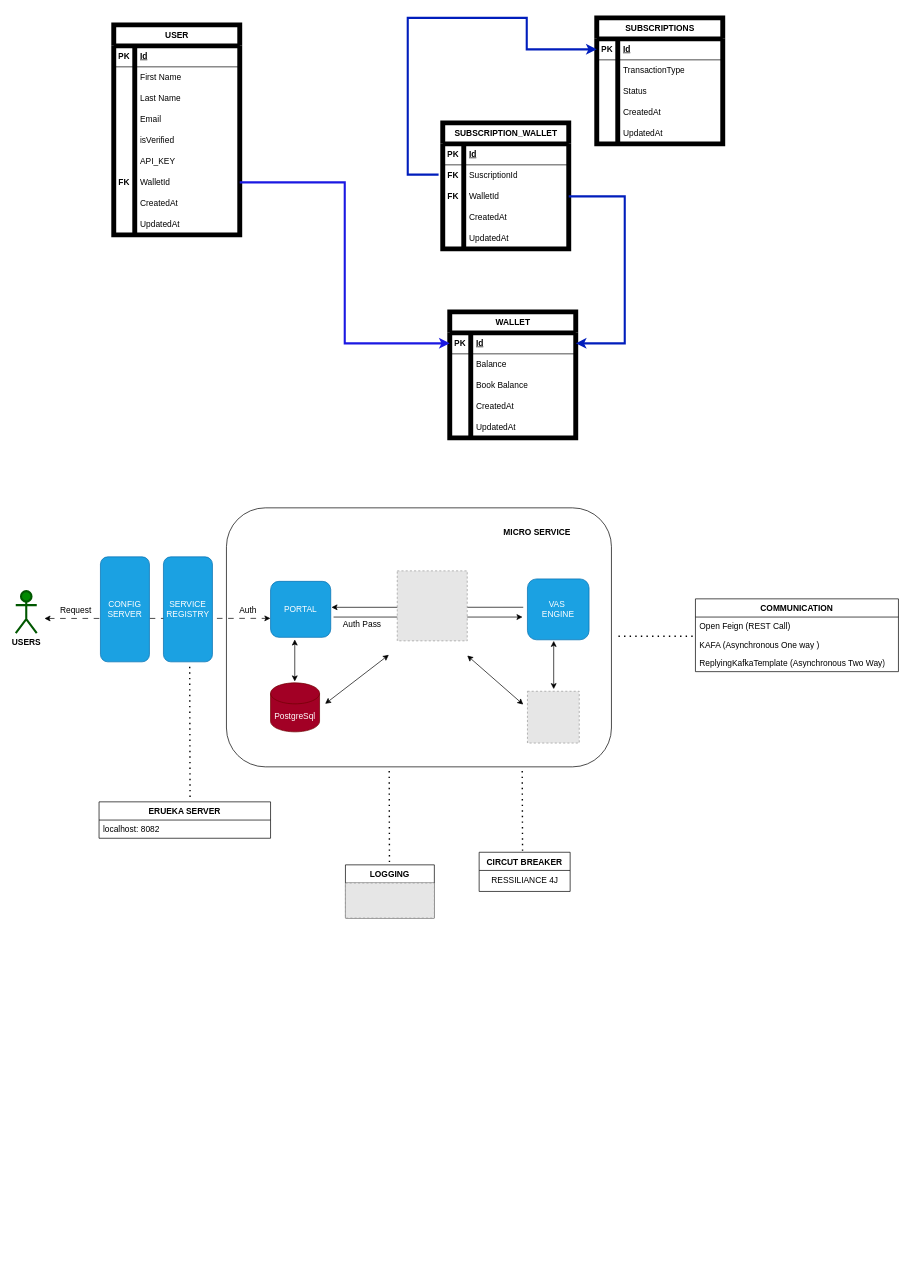
Earlier version of the draw.io diagram http/Untitled Diagram.drawio (ketdev-og/stackoverflow_test). Source tidied: cells renumbered, new cells numbered last; positions are measured from the earlier drawing's top-left corner, leaving out a move shared by most shapes. Both pictures are drawn from the tidied source at 70%, with x=0, y=0 at pixel (15, 18). Pictures stored in the file or linked from it are replaced by grey dashed boxes.
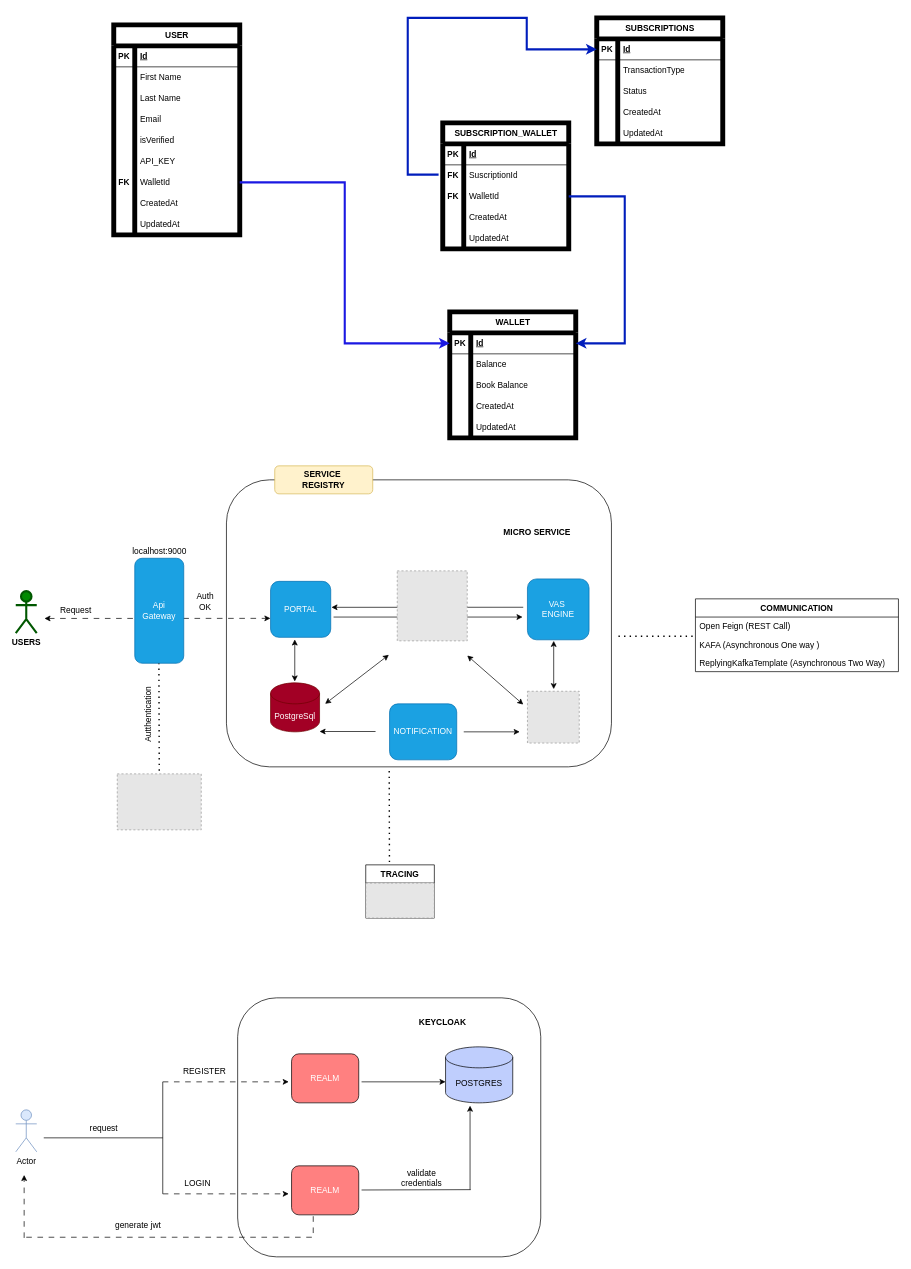
Above is the later version.

The edit, as a diff of the source:
```diff
@@
+    <mxCell id="115" style="rounded=1;whiteSpace=wrap;html=1;" parent="1" vertex="1">
+      <mxGeometry x="317" y="1400" width="433" height="370" as="geometry" />
+    </mxCell>
     <mxCell id="2" style="rounded=1;whiteSpace=wrap;html=1;fillColor=none;" parent="1" vertex="1">
-      <mxGeometry x="301" y="700" width="550" height="370" as="geometry" />
+      <mxGeometry x="301" y="660" width="550" height="410" as="geometry" />
     </mxCell>
@@
-    <mxCell id="102" value="Auth" style="text;html=1;strokeColor=none;fillColor=none;align=center;verticalAlign=middle;whiteSpace=wrap;rounded=0;" parent="1" vertex="1">
-      <mxGeometry x="302" y="831" width="60" height="30" as="geometry" />
+    <mxCell id="102" value="Auth&lt;br&gt;OK" style="text;html=1;strokeColor=none;fillColor=none;align=center;verticalAlign=middle;whiteSpace=wrap;rounded=0;" parent="1" vertex="1">
+      <mxGeometry x="241" y="819" width="60" height="30" as="geometry" />
     </mxCell>
-    <mxCell id="103" value="Auth Pass" style="text;html=1;strokeColor=none;fillColor=none;align=center;verticalAlign=middle;whiteSpace=wrap;rounded=0;" parent="1" vertex="1">
-      <mxGeometry x="465" y="851" width="60" height="30" as="geometry" />
-    </mxCell>
-    <mxCell id="104" value="CONFIG&lt;br&gt;SERVER" style="rounded=1;whiteSpace=wrap;html=1;fillColor=#1ba1e2;fontColor=#ffffff;strokeColor=#006EAF;" parent="1" vertex="1">
-      <mxGeometry x="121" y="770" width="70" height="150" as="geometry" />
-    </mxCell>
-    <mxCell id="105" value="SERVICE&lt;br&gt;REGISTRY" style="rounded=1;whiteSpace=wrap;html=1;fillColor=#1ba1e2;fontColor=#ffffff;strokeColor=#006EAF;" parent="1" vertex="1">
-      <mxGeometry x="211" y="770" width="70" height="150" as="geometry" />
+    <mxCell id="105" value="Api Gateway" style="rounded=1;whiteSpace=wrap;html=1;fillColor=#1ba1e2;fontColor=#ffffff;strokeColor=#006EAF;" parent="1" vertex="1">
+      <mxGeometry x="170" y="772" width="70" height="150" as="geometry" />
     </mxCell>
     <mxCell id="106" style="endArrow=none;dashed=1;html=1;dashPattern=1 3;strokeWidth=2;rounded=0;" parent="1" edge="1">
       <mxGeometry relative="1" as="geometry">
-        <mxPoint x="249" y="1113" as="sourcePoint" />
-        <mxPoint x="248.5" y="927" as="targetPoint" />
+        <mxPoint x="205" y="1075.5" as="sourcePoint" />
+        <mxPoint x="204.5" y="922.5" as="targetPoint" />
       </mxGeometry>
     </mxCell>
-    <mxCell id="107" value="ERUEKA SERVER" style="swimlane;fontStyle=1;align=center;verticalAlign=top;horizontal=1;startSize=26;whiteSpace=wrap;html=1;" parent="1" vertex="1">
-      <mxGeometry x="119" y="1120" width="245" height="52" as="geometry" />
-    </mxCell>
-    <mxCell id="108" value="localhost: 8082" style="text;strokeColor=none;fillColor=none;align=left;verticalAlign=top;spacingLeft=4;spacingRight=4;overflow=hidden;whiteSpace=wrap;html=1;" parent="107" vertex="1">
-      <mxGeometry y="26" width="245" height="26" as="geometry" />
-    </mxCell>
@@
-    <mxCell id="110" value="LOGGING" style="swimlane;fontStyle=1;align=center;verticalAlign=top;horizontal=1;startSize=26;whiteSpace=wrap;html=1;" parent="1" vertex="1">
-      <mxGeometry x="471" y="1210" width="127" height="76" as="geometry" />
+    <mxCell id="110" value="TRACING" style="swimlane;fontStyle=1;align=center;verticalAlign=top;horizontal=1;startSize=26;whiteSpace=wrap;html=1;" parent="1" vertex="1">
+      <mxGeometry x="500" y="1210" width="98" height="76" as="geometry" />
     </mxCell>
     <mxCell id="111" style="fillColor=#E6E6E6;strokeColor=#999999;dashed=1;verticalLabelPosition=bottom;labelBackgroundColor=default;verticalAlign=top;" parent="110" vertex="1">
-      <mxGeometry y="26" width="127" height="50" as="geometry" />
+      <mxGeometry y="26" width="98" height="50" as="geometry" />
     </mxCell>
-    <mxCell id="112" style="endArrow=none;dashed=1;html=1;dashPattern=1 3;strokeWidth=2;rounded=0;" parent="1" edge="1">
-      <mxGeometry relative="1" as="geometry">
-        <mxPoint x="724" y="1190" as="sourcePoint" />
-        <mxPoint x="723.5" y="1070" as="targetPoint" />
-      </mxGeometry>
-    </mxCell>
-    <mxCell id="113" value="CIRCUT BREAKER" style="swimlane;fontStyle=1;align=center;verticalAlign=top;horizontal=1;startSize=26;whiteSpace=wrap;html=1;" parent="1" vertex="1">
-      <mxGeometry x="662" y="1192" width="130" height="56" as="geometry" />
-    </mxCell>
-    <mxCell id="114" value="RESSILIANCE 4J" style="text;html=1;align=center;verticalAlign=middle;strokeColor=none;fillColor=none;" parent="113" vertex="1">
-      <mxGeometry y="26" width="130" height="30" as="geometry" />
-    </mxCell>
+    <mxCell id="116" value="NOTIFICATION" style="rounded=1;whiteSpace=wrap;html=1;fillColor=#1ba1e2;fontColor=#ffffff;strokeColor=#006EAF;" parent="1" vertex="1">
+      <mxGeometry x="534" y="980" width="96" height="80" as="geometry" />
+    </mxCell>
+    <mxCell id="117" value="localhost:9000" style="text;html=1;strokeColor=none;fillColor=none;align=center;verticalAlign=middle;whiteSpace=wrap;rounded=0;" parent="1" vertex="1">
+      <mxGeometry x="145" y="747" width="121" height="30" as="geometry" />
+    </mxCell>
+    <mxCell id="118" style="endArrow=classic;html=1;rounded=0;" parent="1" edge="1">
+      <mxGeometry relative="1" as="geometry">
+        <mxPoint x="640" y="1020" as="sourcePoint" />
+        <mxPoint x="720" y="1020" as="targetPoint" />
+      </mxGeometry>
+    </mxCell>
+    <mxCell id="119" style="endArrow=classic;html=1;rounded=0;" parent="1" edge="1">
+      <mxGeometry relative="1" as="geometry">
+        <mxPoint x="514" y="1019.5" as="sourcePoint" />
+        <mxPoint x="434" y="1019.5" as="targetPoint" />
+      </mxGeometry>
+    </mxCell>
+    <mxCell id="120" value="&lt;b&gt;SERVICE&amp;nbsp;&lt;br&gt;REGISTRY&lt;/b&gt;" style="rounded=1;whiteSpace=wrap;html=1;fillColor=#fff2cc;strokeColor=#d6b656;" parent="1" vertex="1">
+      <mxGeometry x="370" y="640" width="140" height="40" as="geometry" />
+    </mxCell>
+    <mxCell id="121" style="fillColor=#E6E6E6;strokeColor=#999999;dashed=1;verticalLabelPosition=bottom;labelBackgroundColor=default;verticalAlign=top;" parent="1" vertex="1">
+      <mxGeometry x="145" y="1080" width="120" height="80" as="geometry" />
+    </mxCell>
+    <mxCell id="122" value="Autthentication" style="text;html=1;strokeColor=none;fillColor=none;align=center;verticalAlign=middle;whiteSpace=wrap;rounded=0;rotation=-90;" parent="1" vertex="1">
+      <mxGeometry x="160" y="980" width="60" height="30" as="geometry" />
+    </mxCell>
+    <mxCell id="123" value="Actor" style="shape=umlActor;verticalLabelPosition=bottom;verticalAlign=top;html=1;fillColor=#dae8fc;strokeColor=#6c8ebf;" parent="1" vertex="1">
+      <mxGeometry y="1560" width="30" height="60" as="geometry" />
+    </mxCell>
+    <mxCell id="124" style="endArrow=none;html=1;rounded=0;" parent="1" edge="1">
+      <mxGeometry relative="1" as="geometry">
+        <mxPoint x="40" y="1600" as="sourcePoint" />
+        <mxPoint x="210" y="1600" as="targetPoint" />
+      </mxGeometry>
+    </mxCell>
+    <mxCell id="125" style="endArrow=none;html=1;rounded=0;" parent="1" edge="1">
+      <mxGeometry relative="1" as="geometry">
+        <mxPoint x="210" y="1680" as="sourcePoint" />
+        <mxPoint x="210" y="1520" as="targetPoint" />
+      </mxGeometry>
+    </mxCell>
+    <mxCell id="126" style="endArrow=classic;html=1;rounded=0;dashed=1;dashPattern=8 8;" parent="1" edge="1">
+      <mxGeometry relative="1" as="geometry">
+        <mxPoint x="210" y="1520" as="sourcePoint" />
+        <mxPoint x="390" y="1520" as="targetPoint" />
+      </mxGeometry>
+    </mxCell>
+    <mxCell id="127" style="endArrow=classic;html=1;rounded=0;dashed=1;dashPattern=8 8;" parent="1" edge="1">
+      <mxGeometry relative="1" as="geometry">
+        <mxPoint x="210" y="1680" as="sourcePoint" />
+        <mxPoint x="390" y="1680" as="targetPoint" />
+      </mxGeometry>
+    </mxCell>
+    <mxCell id="128" value="REGISTER" style="text;html=1;strokeColor=none;fillColor=none;align=center;verticalAlign=middle;whiteSpace=wrap;rounded=0;" parent="1" vertex="1">
+      <mxGeometry x="240" y="1490" width="60" height="30" as="geometry" />
+    </mxCell>
+    <mxCell id="129" value="request" style="text;html=1;strokeColor=none;fillColor=none;align=center;verticalAlign=middle;whiteSpace=wrap;rounded=0;" parent="1" vertex="1">
+      <mxGeometry x="96" y="1572" width="60" height="30" as="geometry" />
+    </mxCell>
+    <mxCell id="130" value="LOGIN" style="text;html=1;strokeColor=none;fillColor=none;align=center;verticalAlign=middle;whiteSpace=wrap;rounded=0;" parent="1" vertex="1">
+      <mxGeometry x="230" y="1650" width="60" height="30" as="geometry" />
+    </mxCell>
+    <mxCell id="131" value="&lt;font color=&quot;#ffffff&quot;&gt;REALM&lt;/font&gt;" style="rounded=1;whiteSpace=wrap;html=1;fillColor=#ff8080;" parent="1" vertex="1">
+      <mxGeometry x="394" y="1480" width="96" height="70" as="geometry" />
+    </mxCell>
+    <mxCell id="132" value="&lt;font color=&quot;#ffffff&quot;&gt;REALM&lt;/font&gt;" style="rounded=1;whiteSpace=wrap;html=1;fillColor=#ff8080;" parent="1" vertex="1">
+      <mxGeometry x="394" y="1640" width="96" height="70" as="geometry" />
+    </mxCell>
+    <mxCell id="133" value="POSTGRES" style="shape=cylinder3;whiteSpace=wrap;html=1;boundedLbl=1;backgroundOutline=1;size=15;fillColor=#bfcefd;" parent="1" vertex="1">
+      <mxGeometry x="614" y="1470" width="96" height="80" as="geometry" />
+    </mxCell>
+    <mxCell id="134" style="endArrow=classic;html=1;rounded=0;" parent="1" edge="1">
+      <mxGeometry relative="1" as="geometry">
+        <mxPoint x="494" y="1520" as="sourcePoint" />
+        <mxPoint x="614" y="1520" as="targetPoint" />
+      </mxGeometry>
+    </mxCell>
+    <mxCell id="135" style="endArrow=none;html=1;rounded=0;" parent="1" edge="1">
+      <mxGeometry relative="1" as="geometry">
+        <mxPoint x="494" y="1674.5" as="sourcePoint" />
+        <mxPoint x="650" y="1674" as="targetPoint" />
+      </mxGeometry>
+    </mxCell>
+    <mxCell id="136" style="endArrow=classic;html=1;rounded=0;" parent="1" edge="1">
+      <mxGeometry relative="1" as="geometry">
+        <mxPoint x="649" y="1674" as="sourcePoint" />
+        <mxPoint x="649" y="1554" as="targetPoint" />
+      </mxGeometry>
+    </mxCell>
+    <mxCell id="137" value="validate credentials" style="text;html=1;strokeColor=none;fillColor=none;align=center;verticalAlign=middle;whiteSpace=wrap;rounded=0;" parent="1" vertex="1">
+      <mxGeometry x="530" y="1643" width="100" height="30" as="geometry" />
+    </mxCell>
+    <mxCell id="138" style="endArrow=none;html=1;rounded=0;exitX=0.5;exitY=1;exitDx=0;exitDy=0;dashed=1;dashPattern=8 8;" parent="1" edge="1">
+      <mxGeometry relative="1" as="geometry">
+        <mxPoint x="425" y="1712" as="sourcePoint" />
+        <mxPoint x="13" y="1742" as="targetPoint" />
+        <Array as="points">
+          <mxPoint x="425" y="1742" />
+        </Array>
+      </mxGeometry>
+    </mxCell>
+    <mxCell id="139" style="endArrow=classic;html=1;rounded=0;dashed=1;dashPattern=8 8;" parent="1" edge="1">
+      <mxGeometry relative="1" as="geometry">
+        <mxPoint x="12" y="1743" as="sourcePoint" />
+        <mxPoint x="12" y="1653" as="targetPoint" />
+      </mxGeometry>
+    </mxCell>
+    <mxCell id="140" value="generate jwt" style="text;html=1;strokeColor=none;fillColor=none;align=center;verticalAlign=middle;whiteSpace=wrap;rounded=0;" parent="1" vertex="1">
+      <mxGeometry x="125" y="1710" width="100" height="30" as="geometry" />
+    </mxCell>
+    <mxCell id="141" value="&lt;b&gt;KEYCLOAK&lt;/b&gt;" style="text;html=1;strokeColor=none;fillColor=none;align=center;verticalAlign=middle;whiteSpace=wrap;rounded=0;" parent="1" vertex="1">
+      <mxGeometry x="580" y="1420" width="60" height="30" as="geometry" />
+    </mxCell>
```
